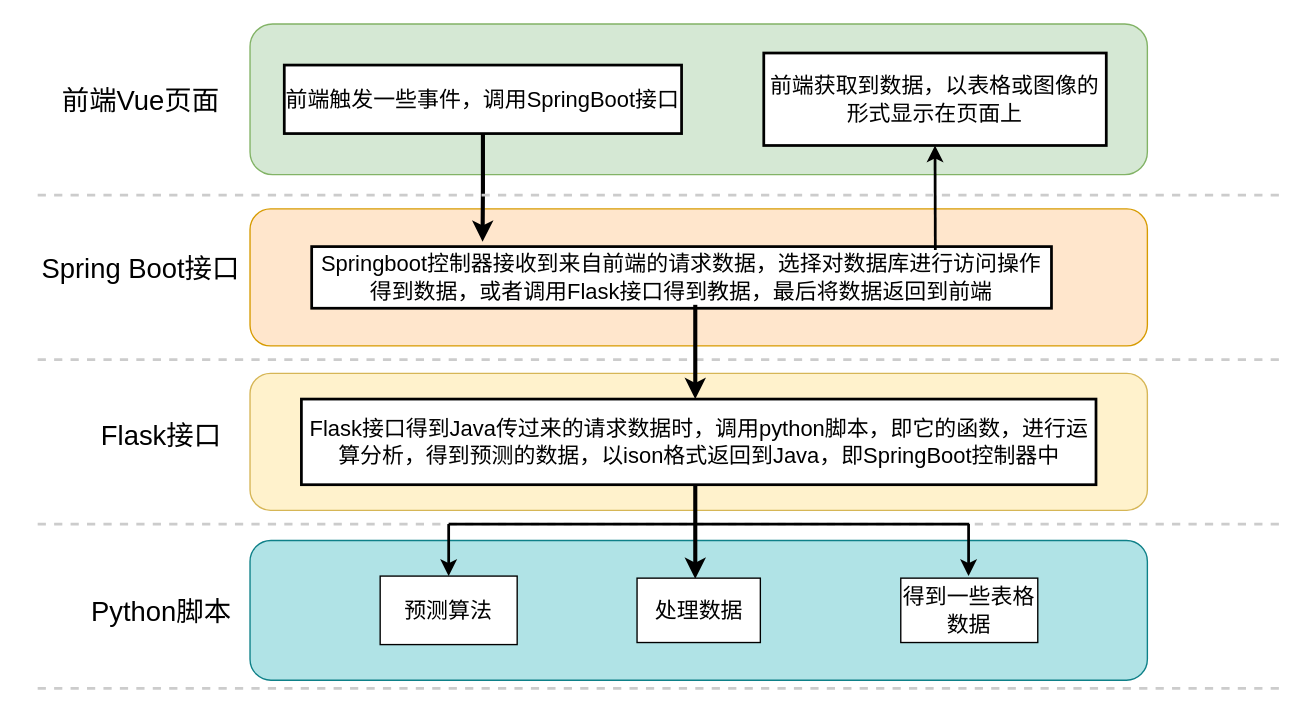
Above: 未命名绘图.drawio in adeZz7/FastGPT (draw.io), before the change. Source tidied: cells renumbered, new cells numbered last; positions are measured from the earlier drawing's top-left corner, leaving out a move shared by most shapes. Both pictures are drawn from the tidied source at 137%, with x=0, y=0 at pixel (23, 23).
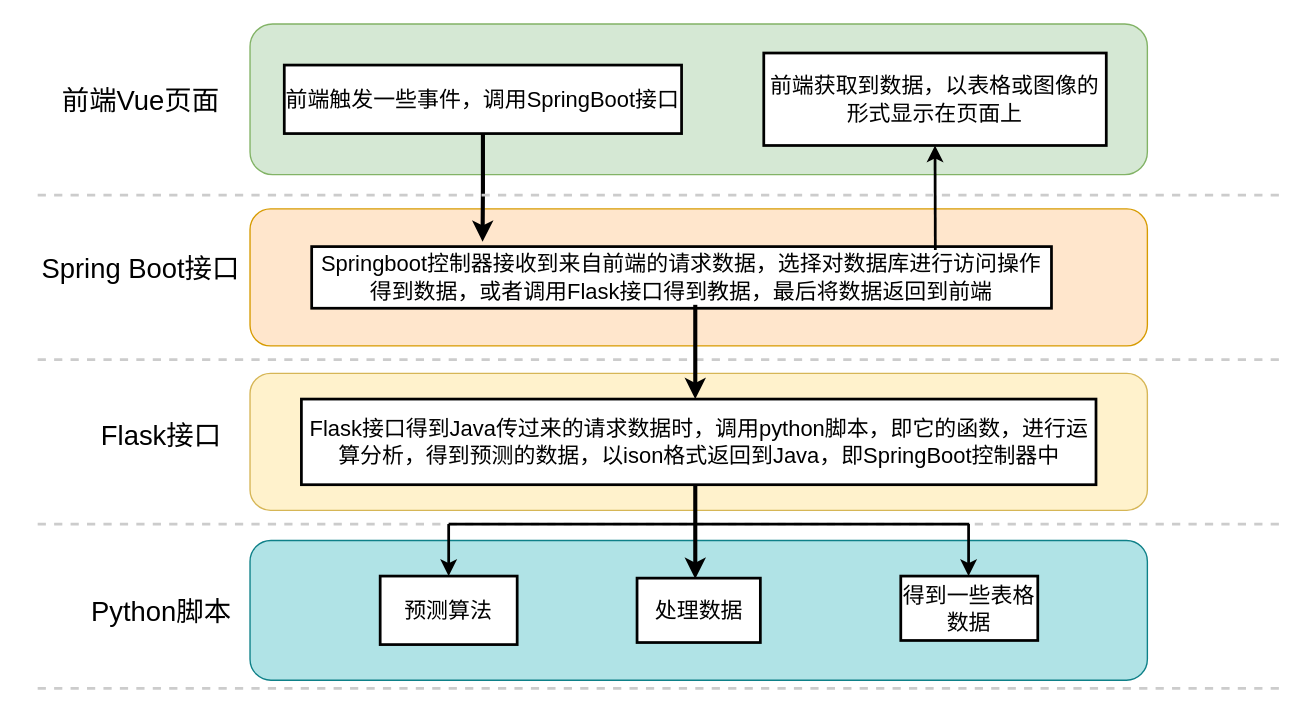
After the change.

Commit message (it also covers changes not shown here):
系统架构图0521.drawio

Change to the diagram source:
```diff
@@
-    <mxCell id="22" value="&lt;font style=&quot;font-size: 16px;&quot; face=&quot;宋体&quot;&gt;处理数据&lt;/font&gt;" style="rounded=0;whiteSpace=wrap;html=1;fontFamily=Times New Roman;" parent="1" vertex="1">
+    <mxCell id="22" value="&lt;font style=&quot;font-size: 16px;&quot; face=&quot;宋体&quot;&gt;处理数据&lt;/font&gt;" style="rounded=0;whiteSpace=wrap;html=1;fontFamily=Times New Roman;strokeWidth=2;" parent="1" vertex="1">
       <mxGeometry x="447.5" y="404.5" width="90" height="47" as="geometry" />
     </mxCell>
-    <mxCell id="23" value="&lt;font style=&quot;font-size: 16px;&quot; face=&quot;宋体&quot;&gt;得到一些表格数据&lt;/font&gt;" style="rounded=0;whiteSpace=wrap;html=1;fontFamily=Times New Roman;" parent="1" vertex="1">
-      <mxGeometry x="640" y="404.5" width="100" height="47" as="geometry" />
+    <mxCell id="23" value="&lt;font style=&quot;font-size: 16px;&quot; face=&quot;宋体&quot;&gt;得到一些表格数据&lt;/font&gt;" style="rounded=0;whiteSpace=wrap;html=1;fontFamily=Times New Roman;strokeWidth=2;" parent="1" vertex="1">
+      <mxGeometry x="640" y="403" width="100" height="47" as="geometry" />
     </mxCell>
-    <mxCell id="24" value="&lt;font style=&quot;font-size: 16px;&quot; face=&quot;宋体&quot;&gt;预测算法&lt;/font&gt;" style="rounded=0;whiteSpace=wrap;html=1;fontFamily=Times New Roman;" parent="1" vertex="1">
+    <mxCell id="24" value="&lt;font style=&quot;font-size: 16px;&quot; face=&quot;宋体&quot;&gt;预测算法&lt;/font&gt;" style="rounded=0;whiteSpace=wrap;html=1;fontFamily=Times New Roman;strokeWidth=2;" parent="1" vertex="1">
       <mxGeometry x="260" y="403" width="100" height="50" as="geometry" />
     </mxCell>
```
